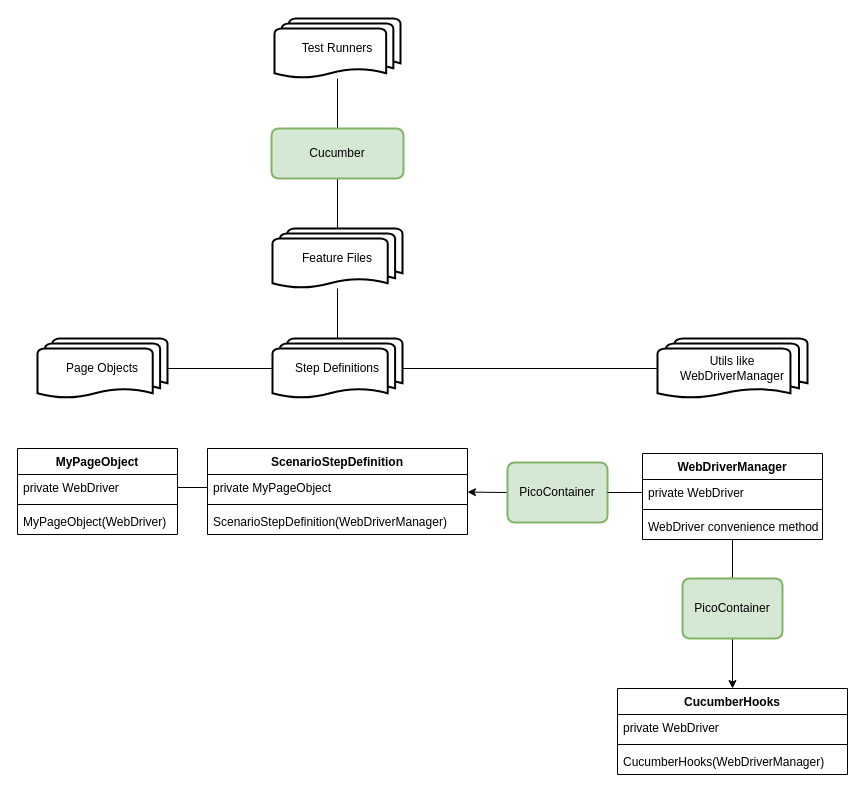
Before: Untitled Diagram.drawio in eskape/cucumber-picocontainer-example, a draw.io diagram. Source tidied: cells renumbered, new cells numbered last; positions are measured from the earlier drawing's top-left corner, leaving out a move shared by most shapes. Both pictures are drawn from the tidied source at 100%, with x=0, y=0 at pixel (17, 18).
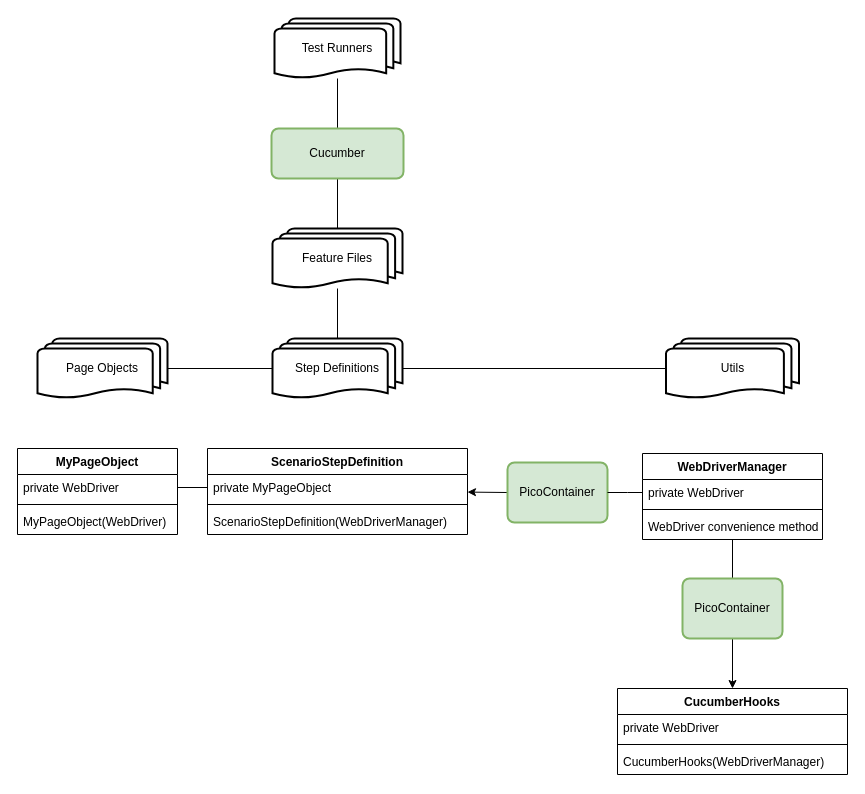
Above is the later version.

What changed in the source:
```diff
@@
-    <mxCell id="12" value="Utils like WebDriverManager" style="strokeWidth=2;html=1;shape=mxgraph.flowchart.multi-document;whiteSpace=wrap;" parent="1" vertex="1">
-      <mxGeometry x="640" y="320" width="150" height="60" as="geometry" />
+    <mxCell id="12" value="Utils" style="strokeWidth=2;html=1;shape=mxgraph.flowchart.multi-document;whiteSpace=wrap;" parent="1" vertex="1">
+      <mxGeometry x="648.5" y="320" width="133" height="60" as="geometry" />
     </mxCell>
```
